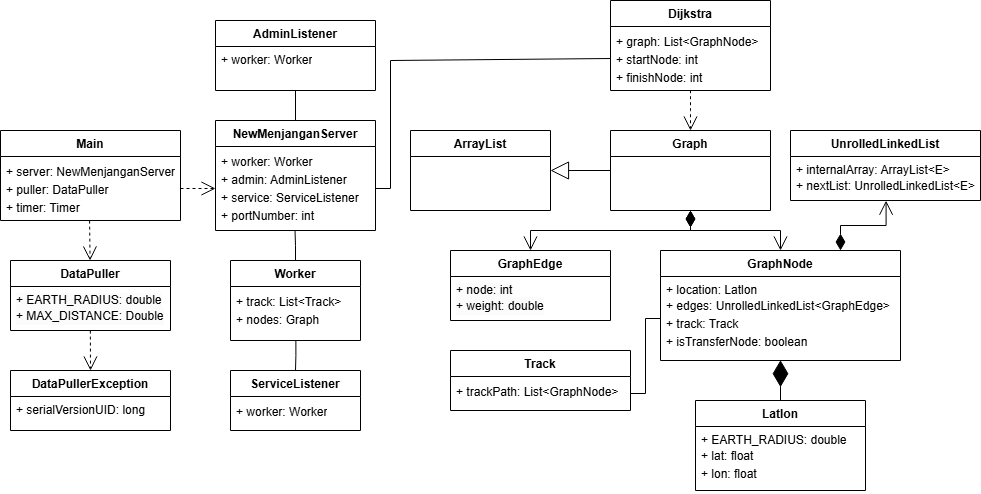
Earlier version of the draw.io export doc/DokumenSkripsi/Gambar/class-diagram.png (MuhammadAldiRivandi/Skripsi). Source tidied: cells renumbered, new cells last; positions are measured from the earlier drawing's top-left corner, leaving out a move shared by most shapes. Its diagram source:
```xml
<mxGraphModel>
  <root>
    <mxCell id="0" />
    <mxCell id="1" parent="0" />
    <mxCell id="2" value="Main" style="swimlane;fontStyle=1;align=center;verticalAlign=top;horizontal=1;startSize=26;whiteSpace=wrap;html=1;" parent="1" vertex="1">
      <mxGeometry y="130" width="180" height="90" as="geometry" />
    </mxCell>
    <mxCell id="3" value="&lt;div style=&quot;line-height: 150%;&quot;&gt;&lt;div&gt;+&amp;nbsp;server: NewMenjanganServer&lt;/div&gt;&lt;/div&gt;&lt;div style=&quot;line-height: 150%;&quot;&gt;+ puller: DataPuller&lt;div&gt;+&amp;nbsp;timer: Timer&lt;/div&gt;&lt;/div&gt;" style="text;strokeColor=none;fillColor=none;align=left;verticalAlign=top;spacingLeft=4;spacingRight=4;overflow=hidden;points=[[0,0.5],[1,0.5]];portConstraint=eastwest;whiteSpace=wrap;html=1;" parent="2" vertex="1">
      <mxGeometry y="26" width="180" height="64" as="geometry" />
    </mxCell>
    <mxCell id="4" value="DataPuller" style="swimlane;fontStyle=1;align=center;verticalAlign=top;horizontal=1;startSize=26;whiteSpace=wrap;html=1;" parent="1" vertex="1">
      <mxGeometry x="10" y="260" width="160" height="70" as="geometry" />
    </mxCell>
    <mxCell id="5" value="&lt;span style=&quot;color: rgb(0, 0, 0); font-family: Helvetica; font-size: 12px; font-style: normal; font-variant-ligatures: normal; font-variant-caps: normal; font-weight: 400; letter-spacing: normal; orphans: 2; text-align: left; text-indent: 0px; text-transform: none; widows: 2; word-spacing: 0px; -webkit-text-stroke-width: 0px; white-space: normal; background-color: rgb(251, 251, 251); text-decoration-thickness: initial; text-decoration-style: initial; text-decoration-color: initial; display: inline !important; float: none;&quot;&gt;+ EARTH_RADIUS: double&lt;/span&gt;&lt;div style=&quot;forced-color-adjust: none; color: rgb(0, 0, 0); font-family: Helvetica; font-size: 12px; font-style: normal; font-variant-ligatures: normal; font-variant-caps: normal; font-weight: 400; letter-spacing: normal; orphans: 2; text-align: left; text-indent: 0px; text-transform: none; widows: 2; word-spacing: 0px; -webkit-text-stroke-width: 0px; white-space: normal; background-color: rgb(251, 251, 251); text-decoration-thickness: initial; text-decoration-style: initial; text-decoration-color: initial;&quot;&gt;&lt;div style=&quot;forced-color-adjust: none; line-height: 18px;&quot;&gt;+ MAX_DISTANCE: Double&lt;/div&gt;&lt;/div&gt;" style="text;strokeColor=none;fillColor=none;align=left;verticalAlign=top;spacingLeft=4;spacingRight=4;overflow=hidden;points=[[0,0.5],[1,0.5]];portConstraint=eastwest;whiteSpace=wrap;html=1;" parent="4" vertex="1">
      <mxGeometry y="26" width="160" height="44" as="geometry" />
    </mxCell>
    <mxCell id="6" style="endArrow=open;endSize=12;dashed=1;html=1;rounded=0;exitX=0.495;exitY=1.002;exitDx=0;exitDy=0;exitPerimeter=0;" parent="1" edge="1" source="3" target="4">
      <mxGeometry relative="1" as="geometry" />
    </mxCell>
    <mxCell id="7" value="DataPullerException" style="swimlane;fontStyle=1;align=center;verticalAlign=top;horizontal=1;startSize=26;whiteSpace=wrap;html=1;" parent="1" vertex="1">
      <mxGeometry x="10" y="370" width="160" height="60" as="geometry" />
    </mxCell>
    <mxCell id="8" value="+ serialVersionUID: long" style="text;strokeColor=none;fillColor=none;align=left;verticalAlign=top;spacingLeft=4;spacingRight=4;overflow=hidden;whiteSpace=wrap;html=1;" parent="7" vertex="1">
      <mxGeometry y="26" width="160" height="34" as="geometry" />
    </mxCell>
    <mxCell id="9" style="endArrow=open;endSize=12;dashed=1;html=1;rounded=0;entryX=0.5;entryY=0;entryDx=0;entryDy=0;exitX=0.499;exitY=1.002;exitDx=0;exitDy=0;exitPerimeter=0;" parent="1" edge="1" source="5" target="7">
      <mxGeometry relative="1" as="geometry" />
    </mxCell>
    <mxCell id="10" value="NewMenjanganServer" style="swimlane;fontStyle=1;align=center;verticalAlign=top;horizontal=1;startSize=26;whiteSpace=wrap;html=1;" parent="1" vertex="1">
      <mxGeometry x="215" y="120" width="160" height="110" as="geometry" />
    </mxCell>
    <mxCell id="11" value="&lt;div style=&quot;line-height: 150%;&quot;&gt;+ worker: Worker&lt;div&gt;+&amp;nbsp;admin: AdminListener&lt;/div&gt;&lt;/div&gt;&lt;div style=&quot;line-height: 18px;&quot;&gt;+ service: ServiceListener&lt;div&gt;&lt;span style=&quot;background-color: transparent; color: light-dark(rgb(0, 0, 0), rgb(255, 255, 255));&quot;&gt;+&amp;nbsp;portNumber: int&lt;/span&gt;&lt;/div&gt;&lt;/div&gt;" style="text;strokeColor=none;fillColor=none;align=left;verticalAlign=top;spacingLeft=4;spacingRight=4;overflow=hidden;points=[[0,0.5],[1,0.5]];portConstraint=eastwest;whiteSpace=wrap;html=1;" parent="10" vertex="1">
      <mxGeometry y="26" width="160" height="84" as="geometry" />
    </mxCell>
    <mxCell id="12" style="endArrow=open;endSize=12;dashed=1;html=1;rounded=0;exitX=1;exitY=0.5;exitDx=0;exitDy=0;entryX=0;entryY=0.5;entryDx=0;entryDy=0;" parent="1" edge="1" source="3" target="11">
      <mxGeometry relative="1" as="geometry" />
    </mxCell>
    <mxCell id="13" value="AdminListener" style="swimlane;fontStyle=1;align=center;verticalAlign=top;horizontal=1;startSize=26;whiteSpace=wrap;html=1;" parent="1" vertex="1">
      <mxGeometry x="215" y="20" width="160" height="70" as="geometry" />
    </mxCell>
    <mxCell id="14" value="+ worker: Worker" style="text;strokeColor=none;fillColor=none;align=left;verticalAlign=top;spacingLeft=4;spacingRight=4;overflow=hidden;points=[[0,0.5],[1,0.5]];portConstraint=eastwest;whiteSpace=wrap;html=1;" parent="13" vertex="1">
      <mxGeometry y="26" width="160" height="44" as="geometry" />
    </mxCell>
    <mxCell id="15" style="endArrow=none;html=1;edgeStyle=orthogonalEdgeStyle;rounded=0;exitX=0.5;exitY=0;exitDx=0;exitDy=0;entryX=0.5;entryY=1.001;entryDx=0;entryDy=0;entryPerimeter=0;" parent="1" edge="1" source="10" target="14">
      <mxGeometry relative="1" as="geometry" />
    </mxCell>
    <mxCell id="16" value="Worker" style="swimlane;fontStyle=1;align=center;verticalAlign=top;horizontal=1;startSize=26;whiteSpace=wrap;html=1;" parent="1" vertex="1">
      <mxGeometry x="230" y="260" width="130" height="80" as="geometry" />
    </mxCell>
    <mxCell id="17" value="&lt;div style=&quot;line-height: 150%;&quot;&gt;&lt;div&gt;+&amp;nbsp;track: List&amp;lt;Track&amp;gt;&lt;/div&gt;&lt;/div&gt;&lt;div style=&quot;line-height: 150%;&quot;&gt;+ nodes: Graph&lt;/div&gt;" style="text;strokeColor=none;fillColor=none;align=left;verticalAlign=top;spacingLeft=4;spacingRight=4;overflow=hidden;points=[[0,0.5],[1,0.5]];portConstraint=eastwest;whiteSpace=wrap;html=1;" parent="16" vertex="1">
      <mxGeometry y="26" width="130" height="54" as="geometry" />
    </mxCell>
    <mxCell id="18" style="endArrow=none;html=1;edgeStyle=orthogonalEdgeStyle;rounded=0;exitX=0.5;exitY=0;exitDx=0;exitDy=0;entryX=0.497;entryY=0.999;entryDx=0;entryDy=0;entryPerimeter=0;" parent="1" edge="1" source="16" target="11">
      <mxGeometry relative="1" as="geometry" />
    </mxCell>
    <mxCell id="19" value="ServiceListener" style="swimlane;fontStyle=1;align=center;verticalAlign=top;horizontal=1;startSize=26;whiteSpace=wrap;html=1;" parent="1" vertex="1">
      <mxGeometry x="230" y="370" width="130" height="60" as="geometry" />
    </mxCell>
    <mxCell id="20" value="&lt;div style=&quot;line-height: 18px;&quot;&gt;+ worker: Worker&lt;/div&gt;" style="text;strokeColor=none;fillColor=none;align=left;verticalAlign=top;spacingLeft=4;spacingRight=4;overflow=hidden;whiteSpace=wrap;html=1;" parent="19" vertex="1">
      <mxGeometry y="26" width="130" height="34" as="geometry" />
    </mxCell>
    <mxCell id="21" style="endArrow=none;html=1;edgeStyle=orthogonalEdgeStyle;rounded=0;entryX=0.5;entryY=0;entryDx=0;entryDy=0;exitX=0.503;exitY=0.999;exitDx=0;exitDy=0;exitPerimeter=0;" parent="1" edge="1" source="17" target="19">
      <mxGeometry relative="1" as="geometry" />
    </mxCell>
    <mxCell id="22" value="Dijkstra" style="swimlane;fontStyle=1;align=center;verticalAlign=top;horizontal=1;startSize=26;whiteSpace=wrap;html=1;" parent="1" vertex="1">
      <mxGeometry x="610" width="160" height="90" as="geometry" />
    </mxCell>
    <mxCell id="23" value="&lt;div style=&quot;line-height: 18px;&quot;&gt;&lt;div style=&quot;line-height: 18px;&quot;&gt;+&amp;nbsp;graph: List&amp;lt;GraphNode&amp;gt;&lt;/div&gt;&lt;div style=&quot;line-height: 18px;&quot;&gt;+ startNode: int&lt;/div&gt;&lt;div style=&quot;line-height: 18px;&quot;&gt;+ finishNode: int&lt;/div&gt;&lt;div style=&quot;line-height: 18px;&quot;&gt;&lt;br&gt;&lt;/div&gt;&lt;/div&gt;" style="text;strokeColor=none;fillColor=none;align=left;verticalAlign=top;spacingLeft=4;spacingRight=4;overflow=hidden;points=[[0,0.5],[1,0.5]];portConstraint=eastwest;whiteSpace=wrap;html=1;" parent="22" vertex="1">
      <mxGeometry y="26" width="160" height="64" as="geometry" />
    </mxCell>
    <mxCell id="24" value="Graph" style="swimlane;fontStyle=1;align=center;verticalAlign=top;horizontal=1;startSize=26;whiteSpace=wrap;html=1;" parent="1" vertex="1">
      <mxGeometry x="610" y="130" width="160" height="80" as="geometry" />
    </mxCell>
    <mxCell id="25" value="GraphEdge" style="swimlane;fontStyle=1;align=center;verticalAlign=top;horizontal=1;startSize=26;whiteSpace=wrap;html=1;" parent="1" vertex="1">
      <mxGeometry x="450" y="250" width="160" height="70" as="geometry" />
    </mxCell>
    <mxCell id="26" value="&lt;span style=&quot;color: rgb(0, 0, 0); font-family: Helvetica; font-size: 12px; font-style: normal; font-variant-ligatures: normal; font-variant-caps: normal; font-weight: 400; letter-spacing: normal; orphans: 2; text-align: left; text-indent: 0px; text-transform: none; widows: 2; word-spacing: 0px; -webkit-text-stroke-width: 0px; white-space: normal; background-color: rgb(251, 251, 251); text-decoration-thickness: initial; text-decoration-style: initial; text-decoration-color: initial; display: inline !important; float: none;&quot;&gt;+ node: int&lt;/span&gt;&lt;div style=&quot;forced-color-adjust: none; color: rgb(0, 0, 0); font-family: Helvetica; font-size: 12px; font-style: normal; font-variant-ligatures: normal; font-variant-caps: normal; font-weight: 400; letter-spacing: normal; orphans: 2; text-align: left; text-indent: 0px; text-transform: none; widows: 2; word-spacing: 0px; -webkit-text-stroke-width: 0px; white-space: normal; background-color: rgb(251, 251, 251); text-decoration-thickness: initial; text-decoration-style: initial; text-decoration-color: initial; line-height: 18px;&quot;&gt;+&amp;nbsp;weight: double&lt;/div&gt;" style="text;strokeColor=none;fillColor=none;align=left;verticalAlign=top;spacingLeft=4;spacingRight=4;overflow=hidden;whiteSpace=wrap;html=1;" parent="25" vertex="1">
      <mxGeometry y="26" width="160" height="44" as="geometry" />
    </mxCell>
    <mxCell id="27" value="GraphNode" style="swimlane;fontStyle=1;align=center;verticalAlign=top;horizontal=1;startSize=26;whiteSpace=wrap;html=1;" parent="1" vertex="1">
      <mxGeometry x="660" y="250" width="240" height="110" as="geometry" />
    </mxCell>
    <mxCell id="28" value="+ location: Latlon&lt;div style=&quot;line-height: 18px;&quot;&gt;+&amp;nbsp;edges:&amp;nbsp;&lt;span style=&quot;background-color: initial;&quot;&gt;UnrolledLinkedList&amp;lt;GraphEdge&amp;gt;&lt;/span&gt;&lt;/div&gt;&lt;div style=&quot;line-height: 18px;&quot;&gt;&lt;span style=&quot;background-color: initial;&quot;&gt;+ track: Track&lt;/span&gt;&lt;/div&gt;&lt;div style=&quot;line-height: 18px;&quot;&gt;+ isTransferNode: boolean&lt;/div&gt;" style="text;strokeColor=none;fillColor=none;align=left;verticalAlign=top;spacingLeft=4;spacingRight=4;overflow=hidden;points=[[0,0.5],[1,0.5]];portConstraint=eastwest;whiteSpace=wrap;html=1;" parent="27" vertex="1">
      <mxGeometry y="26" width="240" height="84" as="geometry" />
    </mxCell>
    <mxCell id="29" style="endArrow=open;html=1;endSize=12;startArrow=diamondThin;startSize=14;startFill=1;edgeStyle=orthogonalEdgeStyle;align=left;verticalAlign=bottom;rounded=0;exitX=0.5;exitY=1;exitDx=0;exitDy=0;entryX=0.5;entryY=0;entryDx=0;entryDy=0;" parent="1" edge="1" source="24" target="25">
      <mxGeometry x="-1" y="3" relative="1" as="geometry" />
    </mxCell>
    <mxCell id="30" style="endArrow=open;html=1;endSize=12;startArrow=diamondThin;startSize=14;startFill=1;edgeStyle=orthogonalEdgeStyle;align=left;verticalAlign=bottom;rounded=0;exitX=0.5;exitY=1;exitDx=0;exitDy=0;entryX=0.5;entryY=0;entryDx=0;entryDy=0;" parent="1" edge="1" source="24" target="27">
      <mxGeometry x="-1" y="3" relative="1" as="geometry" />
    </mxCell>
    <mxCell id="31" value="UnrolledLinkedList" style="swimlane;fontStyle=1;align=center;verticalAlign=top;horizontal=1;startSize=26;whiteSpace=wrap;html=1;" parent="1" vertex="1">
      <mxGeometry x="790" y="130" width="190" height="70" as="geometry" />
    </mxCell>
    <mxCell id="32" value="+ internalArray: ArrayList&amp;lt;E&amp;gt;&lt;div style=&quot;line-height: 18px;&quot;&gt;+&amp;nbsp;nextList: UnrolledLinkedList&amp;lt;E&amp;gt;&lt;/div&gt;" style="text;strokeColor=none;fillColor=none;align=left;verticalAlign=top;spacingLeft=4;spacingRight=4;overflow=hidden;points=[[0,0.5],[1,0.5]];portConstraint=eastwest;whiteSpace=wrap;html=1;" parent="31" vertex="1">
      <mxGeometry y="26" width="190" height="44" as="geometry" />
    </mxCell>
    <mxCell id="33" style="endArrow=open;html=1;endSize=12;startArrow=diamondThin;startSize=14;startFill=1;edgeStyle=orthogonalEdgeStyle;align=left;verticalAlign=bottom;rounded=0;exitX=0.75;exitY=0;exitDx=0;exitDy=0;entryX=0.503;entryY=1.004;entryDx=0;entryDy=0;entryPerimeter=0;" parent="1" edge="1" source="27" target="32">
      <mxGeometry x="-1" y="3" relative="1" as="geometry" />
    </mxCell>
    <mxCell id="34" value="Latlon" style="swimlane;fontStyle=1;align=center;verticalAlign=top;horizontal=1;startSize=26;whiteSpace=wrap;html=1;" parent="1" vertex="1">
      <mxGeometry x="695" y="400" width="170" height="90" as="geometry" />
    </mxCell>
    <mxCell id="35" value="+ EARTH_RADIUS: double&lt;div style=&quot;line-height: 18px;&quot;&gt;+&amp;nbsp;lat: float&lt;/div&gt;&lt;div style=&quot;line-height: 18px;&quot;&gt;+ lon: float&lt;/div&gt;" style="text;strokeColor=none;fillColor=none;align=left;verticalAlign=top;spacingLeft=4;spacingRight=4;overflow=hidden;whiteSpace=wrap;html=1;" parent="34" vertex="1">
      <mxGeometry y="26" width="170" height="64" as="geometry" />
    </mxCell>
    <mxCell id="36" value="Track" style="swimlane;fontStyle=1;align=center;verticalAlign=top;horizontal=1;startSize=26;whiteSpace=wrap;html=1;" parent="1" vertex="1">
      <mxGeometry x="450" y="350" width="180" height="60" as="geometry" />
    </mxCell>
    <mxCell id="37" value="&lt;div style=&quot;line-height: 18px;&quot;&gt;&lt;span style=&quot;background-color: initial;&quot;&gt;+ trackPath: List&amp;lt;GraphNode&amp;gt;&lt;/span&gt;&lt;/div&gt;" style="text;strokeColor=none;fillColor=none;align=left;verticalAlign=top;spacingLeft=4;spacingRight=4;overflow=hidden;points=[[0,0.5],[1,0.5]];portConstraint=eastwest;whiteSpace=wrap;html=1;" parent="36" vertex="1">
      <mxGeometry y="26" width="180" height="34" as="geometry" />
    </mxCell>
    <mxCell id="38" style="endArrow=diamondThin;endFill=1;endSize=24;html=1;rounded=0;entryX=0.5;entryY=0.996;entryDx=0;entryDy=0;entryPerimeter=0;exitX=0.5;exitY=0;exitDx=0;exitDy=0;" parent="1" edge="1" source="34" target="28">
      <mxGeometry relative="1" as="geometry" />
    </mxCell>
    <mxCell id="39" style="endArrow=none;html=1;edgeStyle=orthogonalEdgeStyle;rounded=0;exitX=1;exitY=0.5;exitDx=0;exitDy=0;entryX=0;entryY=0.5;entryDx=0;entryDy=0;" parent="1" edge="1" source="37" target="28">
      <mxGeometry relative="1" as="geometry" />
    </mxCell>
    <mxCell id="40" value="ArrayList" style="swimlane;fontStyle=1;align=center;verticalAlign=top;horizontal=1;startSize=26;whiteSpace=wrap;html=1;" parent="1" vertex="1">
      <mxGeometry x="410" y="130" width="140" height="80" as="geometry" />
    </mxCell>
    <mxCell id="41" style="endArrow=block;endSize=16;endFill=0;html=1;rounded=0;exitX=0;exitY=0.5;exitDx=0;exitDy=0;entryX=1;entryY=0.5;entryDx=0;entryDy=0;" parent="1" edge="1" source="24" target="40">
      <mxGeometry relative="1" as="geometry" />
    </mxCell>
    <mxCell id="42" style="endArrow=open;endSize=12;dashed=1;html=1;rounded=0;exitX=0.5;exitY=0.996;exitDx=0;exitDy=0;exitPerimeter=0;entryX=0.5;entryY=0;entryDx=0;entryDy=0;" parent="1" edge="1" source="23" target="24">
      <mxGeometry relative="1" as="geometry">
        <Array as="points">
          <mxPoint x="690" y="110" />
        </Array>
      </mxGeometry>
    </mxCell>
    <mxCell id="43" style="endArrow=none;html=1;rounded=0;exitX=1;exitY=0.5;exitDx=0;exitDy=0;entryX=0;entryY=0.5;entryDx=0;entryDy=0;" parent="1" edge="1" source="11" target="23">
      <mxGeometry relative="1" as="geometry">
        <Array as="points">
          <mxPoint x="390" y="188" />
          <mxPoint x="390" y="60" />
        </Array>
      </mxGeometry>
    </mxCell>
  </root>
</mxGraphModel>
```
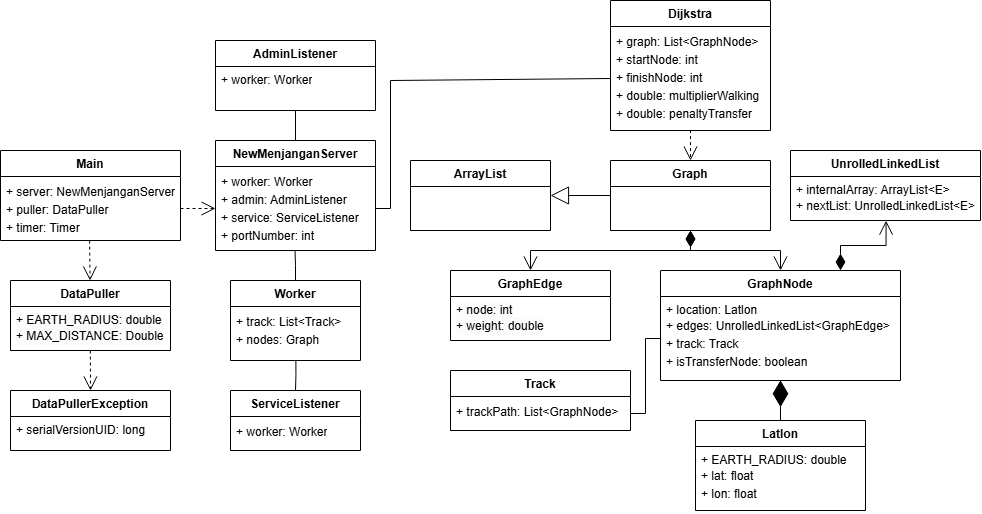
Above is the later version.

What changed in the source:
```diff
@@ -63,13 +63,13 @@
       <mxGeometry relative="1" as="geometry" />
     </mxCell>
     <mxCell id="22" value="Dijkstra" style="swimlane;fontStyle=1;align=center;verticalAlign=top;horizontal=1;startSize=26;whiteSpace=wrap;html=1;" parent="1" vertex="1">
-      <mxGeometry x="610" width="160" height="90" as="geometry" />
+      <mxGeometry x="610" y="-20" width="160" height="130" as="geometry" />
     </mxCell>
-    <mxCell id="23" value="&lt;div style=&quot;line-height: 18px;&quot;&gt;&lt;div style=&quot;line-height: 18px;&quot;&gt;+&amp;nbsp;graph: List&amp;lt;GraphNode&amp;gt;&lt;/div&gt;&lt;div style=&quot;line-height: 18px;&quot;&gt;+ startNode: int&lt;/div&gt;&lt;div style=&quot;line-height: 18px;&quot;&gt;+ finishNode: int&lt;/div&gt;&lt;div style=&quot;line-height: 18px;&quot;&gt;&lt;br&gt;&lt;/div&gt;&lt;/div&gt;" style="text;strokeColor=none;fillColor=none;align=left;verticalAlign=top;spacingLeft=4;spacingRight=4;overflow=hidden;points=[[0,0.5],[1,0.5]];portConstraint=eastwest;whiteSpace=wrap;html=1;" parent="22" vertex="1">
-      <mxGeometry y="26" width="160" height="64" as="geometry" />
-    </mxCell>
+    <mxCell id="44" value="&lt;div style=&quot;line-height: 18px;&quot;&gt;&lt;div style=&quot;line-height: 18px;&quot;&gt;&lt;div style=&quot;line-height: 18px;&quot;&gt;+&amp;nbsp;graph: List&amp;lt;GraphNode&amp;gt;&lt;/div&gt;&lt;div style=&quot;line-height: 18px;&quot;&gt;+ startNode: int&lt;/div&gt;&lt;div style=&quot;line-height: 18px;&quot;&gt;+ finishNode: int&lt;/div&gt;&lt;div style=&quot;line-height: 18px;&quot;&gt;&lt;div style=&quot;line-height: 18px;&quot;&gt;+&amp;nbsp;double: multiplierWalking&lt;/div&gt;&lt;div style=&quot;line-height: 18px;&quot;&gt;+ double: penaltyTransfer&lt;/div&gt;&lt;/div&gt;&lt;/div&gt;&lt;/div&gt;" style="text;strokeColor=none;fillColor=none;align=left;verticalAlign=top;spacingLeft=4;spacingRight=4;overflow=hidden;points=[[0,0.5],[1,0.5]];portConstraint=eastwest;whiteSpace=wrap;html=1;" parent="22" vertex="1">
+      <mxGeometry y="26" width="160" height="104" as="geometry" />
+    </mxCell>
     <mxCell id="24" value="Graph" style="swimlane;fontStyle=1;align=center;verticalAlign=top;horizontal=1;startSize=26;whiteSpace=wrap;html=1;" parent="1" vertex="1">
-      <mxGeometry x="610" y="130" width="160" height="80" as="geometry" />
+      <mxGeometry x="610" y="140" width="160" height="70" as="geometry" />
     </mxCell>
     <mxCell id="25" value="GraphEdge" style="swimlane;fontStyle=1;align=center;verticalAlign=top;horizontal=1;startSize=26;whiteSpace=wrap;html=1;" parent="1" vertex="1">
       <mxGeometry x="450" y="250" width="160" height="70" as="geometry" />
@@ -117,25 +117,21 @@
       <mxGeometry relative="1" as="geometry" />
     </mxCell>
     <mxCell id="40" value="ArrayList" style="swimlane;fontStyle=1;align=center;verticalAlign=top;horizontal=1;startSize=26;whiteSpace=wrap;html=1;" parent="1" vertex="1">
-      <mxGeometry x="410" y="130" width="140" height="80" as="geometry" />
+      <mxGeometry x="410" y="140" width="140" height="70" as="geometry" />
     </mxCell>
     <mxCell id="41" style="endArrow=block;endSize=16;endFill=0;html=1;rounded=0;exitX=0;exitY=0.5;exitDx=0;exitDy=0;entryX=1;entryY=0.5;entryDx=0;entryDy=0;" parent="1" edge="1" source="24" target="40">
       <mxGeometry relative="1" as="geometry" />
     </mxCell>
-    <mxCell id="42" style="endArrow=open;endSize=12;dashed=1;html=1;rounded=0;exitX=0.5;exitY=0.996;exitDx=0;exitDy=0;exitPerimeter=0;entryX=0.5;entryY=0;entryDx=0;entryDy=0;" parent="1" edge="1" source="23" target="24">
-      <mxGeometry relative="1" as="geometry">
-        <Array as="points">
-          <mxPoint x="690" y="110" />
-        </Array>
-      </mxGeometry>
-    </mxCell>
-    <mxCell id="43" style="endArrow=none;html=1;rounded=0;exitX=1;exitY=0.5;exitDx=0;exitDy=0;entryX=0;entryY=0.5;entryDx=0;entryDy=0;" parent="1" edge="1" source="11" target="23">
-      <mxGeometry relative="1" as="geometry">
-        <Array as="points">
-          <mxPoint x="390" y="188" />
-          <mxPoint x="390" y="60" />
-        </Array>
-      </mxGeometry>
-    </mxCell>
+    <mxCell id="45" style="endArrow=open;endSize=12;dashed=1;html=1;rounded=0;exitX=0.5;exitY=0.996;exitDx=0;exitDy=0;exitPerimeter=0;entryX=0.5;entryY=0;entryDx=0;entryDy=0;" parent="1" edge="1" source="44" target="24">
+      <mxGeometry relative="1" as="geometry" />
+    </mxCell>
+    <mxCell id="46" style="endArrow=none;html=1;rounded=0;exitX=1;exitY=0.5;exitDx=0;exitDy=0;entryX=0;entryY=0.5;entryDx=0;entryDy=0;" parent="1" edge="1" source="11" target="44">
+      <mxGeometry relative="1" as="geometry">
+        <Array as="points">
+          <mxPoint x="390" y="188" />
+          <mxPoint x="390" y="60" />
+        </Array>
+      </mxGeometry>
+    </mxCell>
   </root>
 </mxGraphModel>
```
